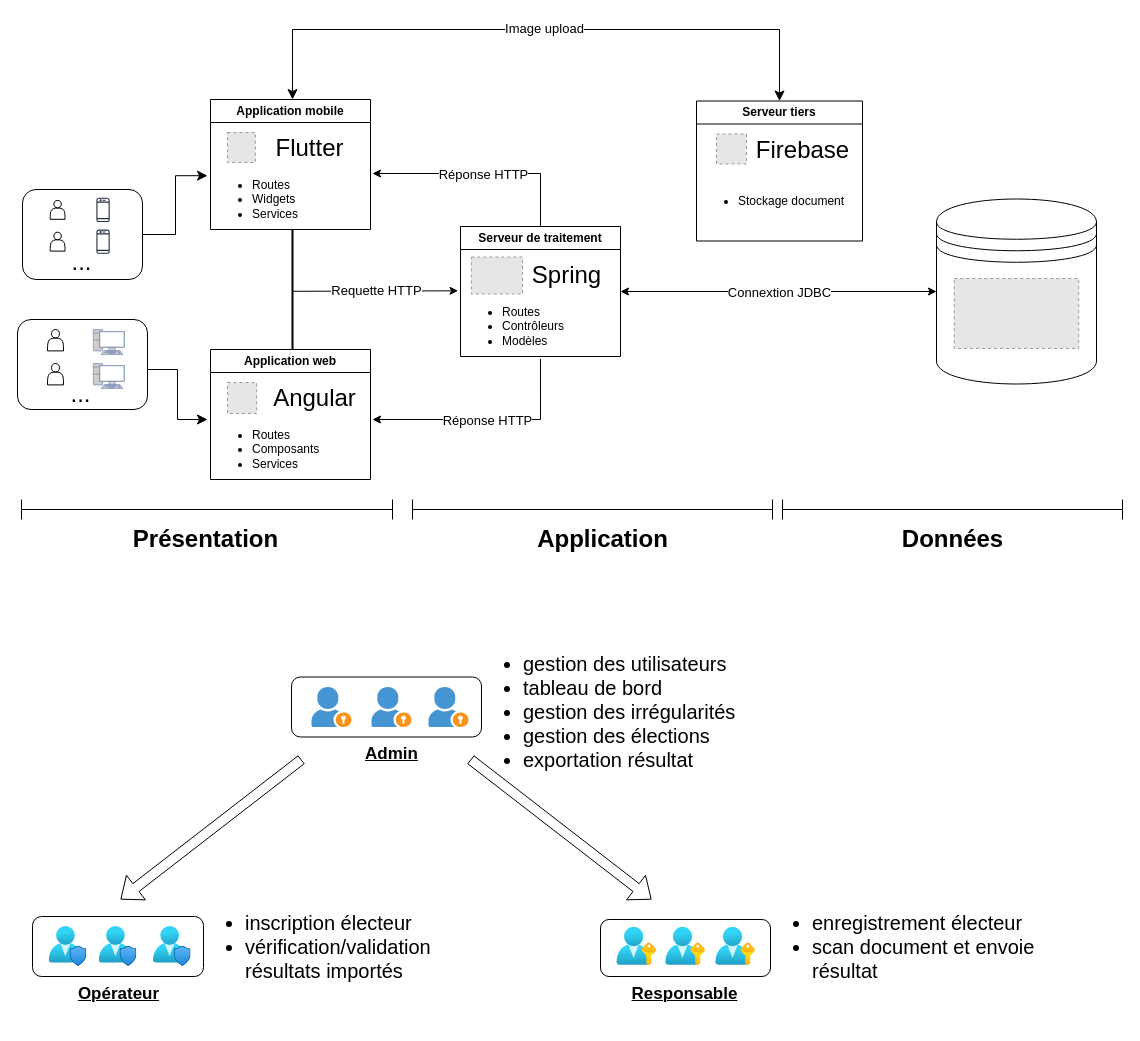
Above: Architecture.drawio in w41k4z/vote-sync (draw.io), before the change. Source tidied: cells renumbered, new cells numbered last; positions are measured from the earlier drawing's top-left corner, leaving out a move shared by most shapes. Both pictures are drawn from the tidied source at 100%, with x=0, y=0 at pixel (17, 29). Pictures stored in the file or linked from it are replaced by grey dashed boxes.
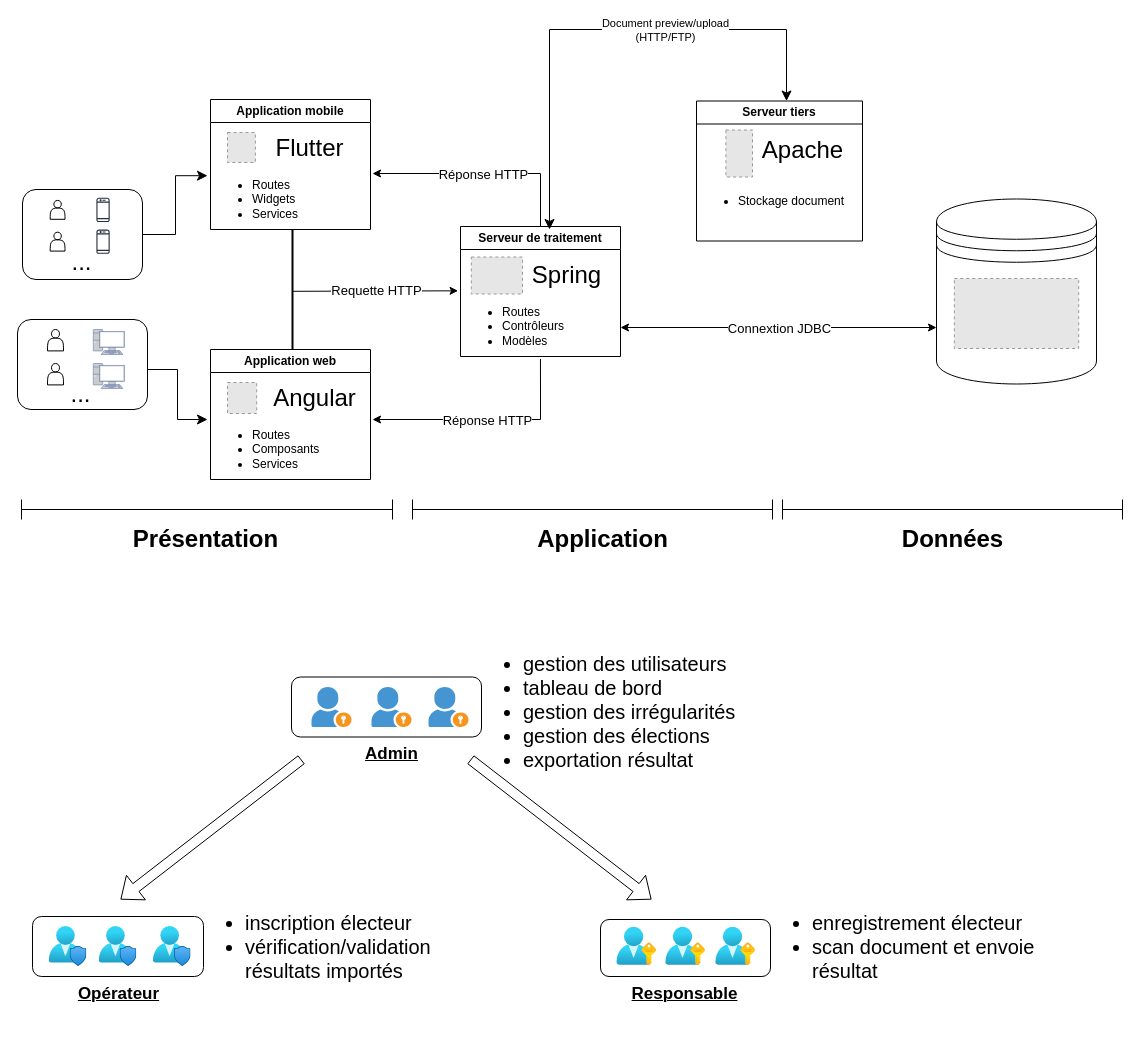
The same diagram, later.

The change refers to these unchanged cells:
```xml
<mxCell id="31" value="Serveur de traitement" style="swimlane;whiteSpace=wrap;html=1;" parent="1" vertex="1">
  <mxGeometry x="443" y="197" width="160" height="130" as="geometry" />
</mxCell>
<mxCell id="36" style="shape=datastore;whiteSpace=wrap;html=1;" parent="35" vertex="1">
  <mxGeometry width="160" height="185" as="geometry" />
</mxCell>
<mxCell id="56" value="Serveur tiers" style="swimlane;whiteSpace=wrap;html=1;" parent="1" vertex="1">
  <mxGeometry x="679" y="71.5" width="166" height="140" as="geometry" />
</mxCell>
```

What changed in the source:
```diff
@@
-    <mxCell id="48" style="endArrow=classic;html=1;rounded=0;entryX=0;entryY=0.5;entryDx=0;entryDy=0;startArrow=classic;startFill=1;exitX=1;exitY=0.5;exitDx=0;exitDy=0;" parent="1" edge="1" source="31" target="36">
-      <mxGeometry relative="1" as="geometry" />
+    <mxCell id="48" style="endArrow=classic;html=1;rounded=0;entryX=0;entryY=0.5;entryDx=0;entryDy=0;startArrow=classic;startFill=1;exitX=1;exitY=0.5;exitDx=0;exitDy=0;" parent="1" edge="1">
+      <mxGeometry relative="1" as="geometry">
+        <mxPoint x="603" y="298" as="sourcePoint" />
+        <mxPoint x="919" y="298" as="targetPoint" />
+      </mxGeometry>
     </mxCell>
@@
-    <mxCell id="58" value="&lt;font style=&quot;font-size: 24px;&quot;&gt;Firebase&lt;/font&gt;" style="text;html=1;align=center;verticalAlign=middle;strokeColor=none;fillColor=none;" parent="56" vertex="1">
-      <mxGeometry x="46" y="29" width="120" height="40" as="geometry" />
+    <mxCell id="58" value="&lt;font style=&quot;font-size: 24px;&quot;&gt;Apache&lt;/font&gt;" style="text;html=1;align=center;verticalAlign=middle;strokeColor=none;fillColor=none;" parent="56" vertex="1">
+      <mxGeometry x="56" y="29" width="100" height="40" as="geometry" />
     </mxCell>
-    <mxCell id="59" style="fillColor=#E6E6E6;strokeColor=#999999;dashed=1;verticalLabelPosition=bottom;verticalAlign=top;" parent="56" vertex="1">
-      <mxGeometry x="20" y="33" width="30" height="30" as="geometry" />
-    </mxCell>
+    <mxCell id="85" style="fillColor=#E6E6E6;strokeColor=#999999;dashed=1;verticalLabelPosition=bottom;verticalAlign=top;" parent="56" vertex="1">
+      <mxGeometry x="29.4" y="29" width="26.6" height="47" as="geometry" />
+    </mxCell>
-    <mxCell id="60" style="edgeStyle=elbowEdgeStyle;elbow=vertical;endArrow=classic;html=1;curved=0;rounded=0;endSize=8;startSize=8;entryX=0.5;entryY=0;entryDx=0;entryDy=0;startArrow=classic;startFill=1;" parent="1" edge="1" target="56">
+    <mxCell id="60" style="edgeStyle=elbowEdgeStyle;elbow=vertical;endArrow=classic;html=1;curved=0;rounded=0;endSize=8;startSize=8;entryX=0.5;entryY=0;entryDx=0;entryDy=0;startArrow=classic;startFill=1;" parent="1" edge="1">
       <mxGeometry relative="1" as="geometry">
-        <mxPoint x="275" y="70" as="sourcePoint" />
+        <mxPoint x="532" y="200" as="sourcePoint" />
+        <mxPoint x="769" y="71.5" as="targetPoint" />
         <Array as="points">
-          <mxPoint x="475" />
+          <mxPoint x="482" />
         </Array>
       </mxGeometry>
     </mxCell>
-    <mxCell id="61" value="Image upload" style="edgeLabel;html=1;align=center;verticalAlign=middle;fontSize=13;" parent="60" vertex="1">
-      <mxGeometry x="0.02" y="2" relative="1" as="geometry" />
-    </mxCell>
+    <mxCell id="86" value="Document preview/upload&lt;div&gt;(HTTP/FTP)&lt;/div&gt;" style="edgeLabel;html=1;align=center;verticalAlign=middle;" parent="60" vertex="1">
+      <mxGeometry x="0.24" relative="1" as="geometry" />
+    </mxCell>
```
